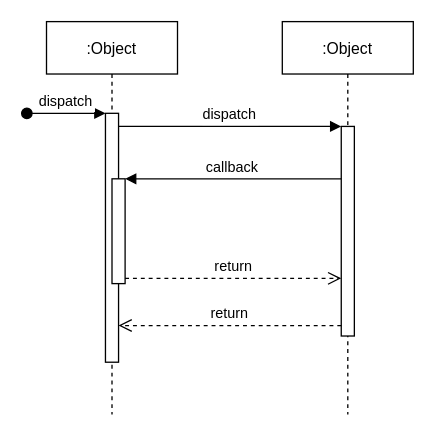
DDC997/DDC997 keeps this draw.io diagram as Untitled Diagram.drawio. Above is the earlier version. Source tidied: cells renumbered, new cells numbered last; positions are measured from the earlier drawing's top-left corner, leaving out a move shared by most shapes. Both pictures are drawn from the tidied source at 131%, with x=0, y=0 at pixel (26, 21).
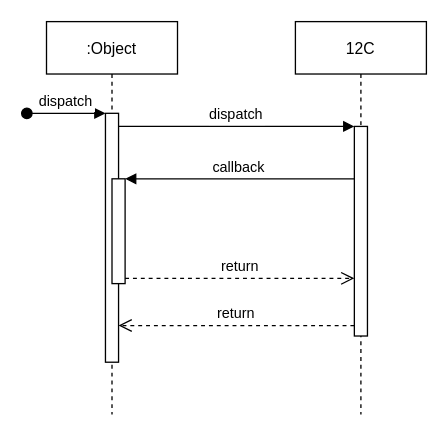
Above is the later version.

The edit, as a diff of the source:
```diff
@@
 <mxGraphModel>
   <root>
     <mxCell id="0" />
     <mxCell id="1" parent="0" />
     <mxCell id="2" value=":Object" style="shape=umlLifeline;perimeter=lifelinePerimeter;rounded=0;shadow=0;strokeWidth=1;" parent="1" vertex="1">
       <mxGeometry x="15" width="100" height="300" as="geometry" />
     </mxCell>
     <mxCell id="3" style="points=[];perimeter=orthogonalPerimeter;rounded=0;shadow=0;strokeWidth=1;" parent="2" vertex="1">
       <mxGeometry x="45" y="70" width="10" height="190" as="geometry" />
     </mxCell>
     <mxCell id="4" value="dispatch" style="verticalAlign=bottom;startArrow=oval;endArrow=block;startSize=8;shadow=0;strokeWidth=1;" parent="2" edge="1" target="3">
       <mxGeometry relative="1" as="geometry">
         <mxPoint x="-15" y="70" as="sourcePoint" />
       </mxGeometry>
     </mxCell>
     <mxCell id="5" style="points=[];perimeter=orthogonalPerimeter;rounded=0;shadow=0;strokeWidth=1;" parent="2" vertex="1">
       <mxGeometry x="50" y="120" width="10" height="80" as="geometry" />
     </mxCell>
-    <mxCell id="6" value=":Object" style="shape=umlLifeline;perimeter=lifelinePerimeter;rounded=0;shadow=0;strokeWidth=1;" parent="1" vertex="1">
-      <mxGeometry x="195" width="100" height="300" as="geometry" />
+    <mxCell id="6" value="12C" style="shape=umlLifeline;perimeter=lifelinePerimeter;rounded=0;shadow=0;strokeWidth=1;" parent="1" vertex="1">
+      <mxGeometry x="205" width="100" height="300" as="geometry" />
     </mxCell>
     <mxCell id="7" style="points=[];perimeter=orthogonalPerimeter;rounded=0;shadow=0;strokeWidth=1;" parent="6" vertex="1">
       <mxGeometry x="45" y="80" width="10" height="160" as="geometry" />
     </mxCell>
     <mxCell id="8" value="return" style="verticalAlign=bottom;endArrow=open;dashed=1;endSize=8;exitX=0;exitY=0.95;shadow=0;strokeWidth=1;" parent="1" edge="1" source="7" target="3">
       <mxGeometry relative="1" as="geometry" />
     </mxCell>
     <mxCell id="9" value="dispatch" style="verticalAlign=bottom;endArrow=block;entryX=0;entryY=0;shadow=0;strokeWidth=1;" parent="1" edge="1" source="3" target="7">
       <mxGeometry relative="1" as="geometry" />
     </mxCell>
     <mxCell id="10" value="callback" style="verticalAlign=bottom;endArrow=block;entryX=1;entryY=0;shadow=0;strokeWidth=1;" parent="1" edge="1" source="7" target="5">
       <mxGeometry relative="1" as="geometry" />
     </mxCell>
     <mxCell id="11" value="return" style="verticalAlign=bottom;endArrow=open;dashed=1;endSize=8;exitX=1;exitY=0.95;shadow=0;strokeWidth=1;" parent="1" edge="1" source="5" target="7">
       <mxGeometry relative="1" as="geometry" />
     </mxCell>
   </root>
 </mxGraphModel>
```
